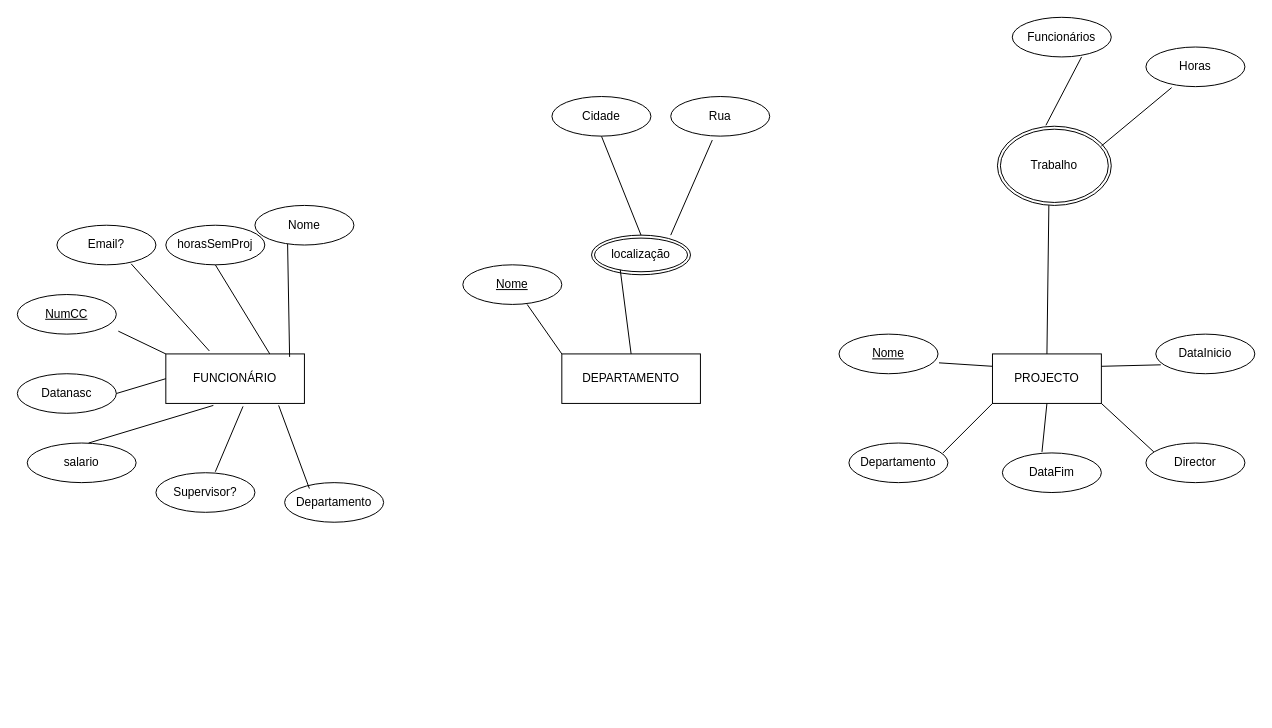
This is BD_empresa.drawio from Frederico994/Diagramas, a draw.io file, before an edit. Source tidied: cells renumbered, new cells numbered last; positions are measured from the earlier drawing's top-left corner, leaving out a move shared by most shapes. Both pictures are drawn from the tidied source at 99%, with x=0, y=0 at pixel (17, 17).
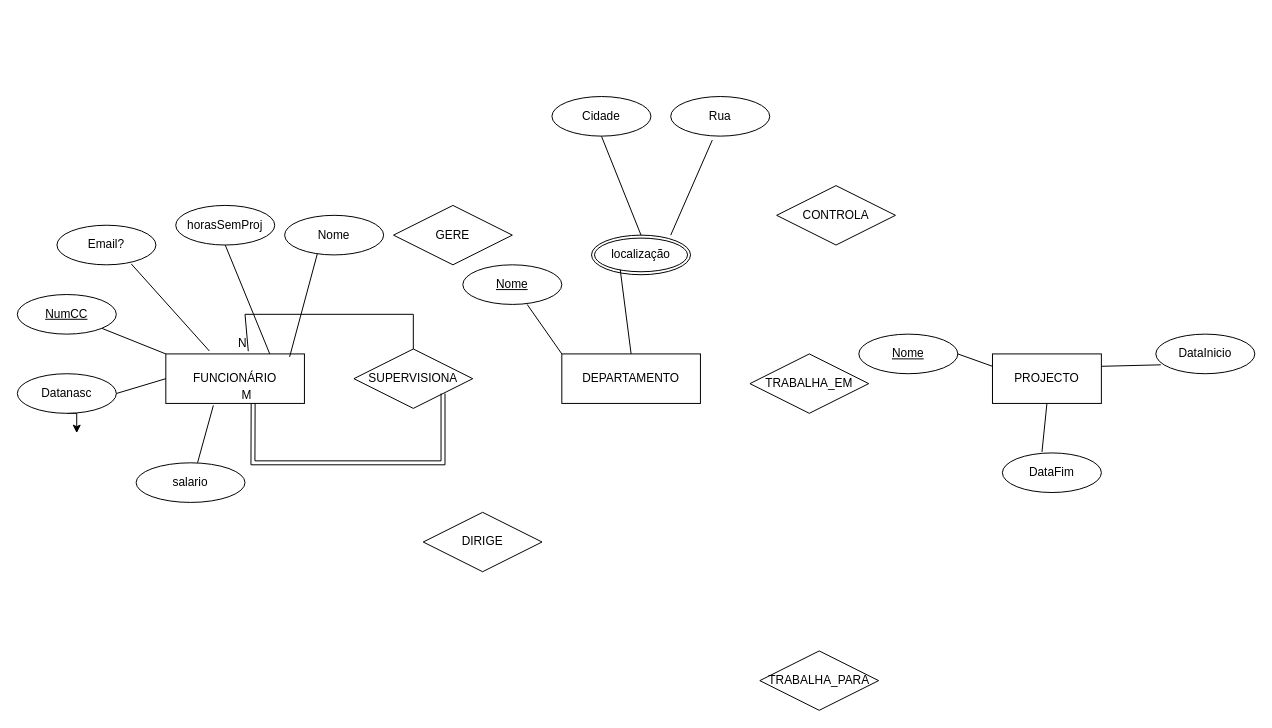
The same page after the edit.

Unchanged cells that the change refers to:
```xml
<mxCell id="3" value="PROJECTO" style="whiteSpace=wrap;html=1;align=center;" parent="1" vertex="1">
  <mxGeometry x="985" y="340" width="110" height="50" as="geometry" />
</mxCell>
<mxCell id="4" value="FUNCIONÁRIO" style="whiteSpace=wrap;html=1;align=center;" parent="1" vertex="1">
  <mxGeometry x="150" y="340" width="140" height="50" as="geometry" />
</mxCell>
<mxCell id="5" value="Datanasc" style="ellipse;whiteSpace=wrap;html=1;align=center;" parent="1" vertex="1">
  <mxGeometry y="360" width="100" height="40" as="geometry" />
</mxCell>
<mxCell id="23" value="NumCC" style="ellipse;whiteSpace=wrap;html=1;align=center;fontStyle=4;" parent="1" vertex="1">
  <mxGeometry y="280" width="100" height="40" as="geometry" />
</mxCell>
```

What changed in the source:
```diff
@@
+    <mxCell id="45" style="edgeStyle=orthogonalEdgeStyle;rounded=0;jettySize=auto;html=1;exitX=0.5;exitY=1;exitDx=0;exitDy=0;" parent="1" edge="1" source="5">
+      <mxGeometry relative="1" as="geometry">
+        <mxPoint x="60" y="420" as="targetPoint" />
+      </mxGeometry>
+    </mxCell>
@@
     <mxCell id="7" value="salario" style="ellipse;whiteSpace=wrap;html=1;align=center;" parent="1" vertex="1">
-      <mxGeometry x="10" y="430" width="110" height="40" as="geometry" />
+      <mxGeometry x="120" y="450" width="110" height="40" as="geometry" />
     </mxCell>
     <mxCell id="8" value="horasSemProj" style="ellipse;whiteSpace=wrap;html=1;align=center;" parent="1" vertex="1">
-      <mxGeometry x="150" y="210" width="100" height="40" as="geometry" />
+      <mxGeometry x="160" y="190" width="100" height="40" as="geometry" />
     </mxCell>
@@
-    <mxCell id="11" style="endArrow=none;html=1;rounded=0;exitX=1;exitY=0.5;exitDx=0;exitDy=0;entryX=0;entryY=0.5;entryDx=0;entryDy=0;" parent="1" edge="1" source="5" target="4">
+    <mxCell id="11" style="endArrow=none;html=1;rounded=0;entryX=0;entryY=0.5;entryDx=0;entryDy=0;exitX=1;exitY=0.5;exitDx=0;exitDy=0;" parent="1" edge="1" source="5" target="4">
       <mxGeometry relative="1" as="geometry" />
     </mxCell>
-    <mxCell id="12" style="endArrow=none;html=1;rounded=0;exitX=0;exitY=0;exitDx=0;exitDy=0;entryX=1.02;entryY=0.675;entryDx=0;entryDy=0;entryPerimeter=0;" parent="1" edge="1" source="4">
-      <mxGeometry relative="1" as="geometry">
-        <mxPoint x="102" y="317" as="targetPoint" />
-      </mxGeometry>
+    <mxCell id="12" style="endArrow=none;html=1;rounded=0;exitX=0;exitY=0;exitDx=0;exitDy=0;entryX=1;entryY=1;entryDx=0;entryDy=0;" parent="1" edge="1" source="4" target="23">
+      <mxGeometry relative="1" as="geometry" />
     </mxCell>
@@
-    <mxCell id="19" value="Departamento" style="ellipse;whiteSpace=wrap;html=1;align=center;" parent="1" vertex="1">
-      <mxGeometry x="270" y="470" width="100" height="40" as="geometry" />
-    </mxCell>
-    <mxCell id="20" value="Supervisor?" style="ellipse;whiteSpace=wrap;html=1;align=center;" parent="1" vertex="1">
-      <mxGeometry x="140" y="460" width="100" height="40" as="geometry" />
-    </mxCell>
-    <mxCell id="21" style="endArrow=none;html=1;rounded=0;exitX=0.6;exitY=-0.025;exitDx=0;exitDy=0;entryX=0.557;entryY=1.06;entryDx=0;entryDy=0;entryPerimeter=0;exitPerimeter=0;" parent="1" edge="1" source="20" target="4">
-      <mxGeometry relative="1" as="geometry" />
-    </mxCell>
-    <mxCell id="22" style="endArrow=none;html=1;rounded=0;exitX=0.25;exitY=0.15;exitDx=0;exitDy=0;entryX=0.814;entryY=1.04;entryDx=0;entryDy=0;entryPerimeter=0;exitPerimeter=0;" parent="1" edge="1" source="19" target="4">
-      <mxGeometry relative="1" as="geometry" />
-    </mxCell>
@@
     <mxCell id="24" value="Nome" style="ellipse;whiteSpace=wrap;html=1;align=center;" parent="1" vertex="1">
-      <mxGeometry x="240" y="190" width="100" height="40" as="geometry" />
+      <mxGeometry x="270" y="200" width="100" height="40" as="geometry" />
     </mxCell>
@@
     <mxCell id="31" value="Nome" style="ellipse;whiteSpace=wrap;html=1;align=center;fontStyle=4;direction=west;" parent="1" vertex="1">
-      <mxGeometry x="830" y="320" width="100" height="40" as="geometry" />
+      <mxGeometry x="850" y="320" width="100" height="40" as="geometry" />
     </mxCell>
-    <mxCell id="32" value="Departamento" style="ellipse;whiteSpace=wrap;html=1;align=center;" parent="1" vertex="1">
-      <mxGeometry x="840" y="430" width="100" height="40" as="geometry" />
-    </mxCell>
-    <mxCell id="33" value="Director" style="ellipse;whiteSpace=wrap;html=1;align=center;" parent="1" vertex="1">
-      <mxGeometry x="1140" y="430" width="100" height="40" as="geometry" />
-    </mxCell>
-    <mxCell id="34" style="endArrow=none;html=1;rounded=0;entryX=0;entryY=0.25;entryDx=0;entryDy=0;exitX=-0.01;exitY=0.275;exitDx=0;exitDy=0;exitPerimeter=0;" parent="1" edge="1" source="31" target="3">
+    <mxCell id="34" style="endArrow=none;html=1;rounded=0;entryX=0;entryY=0.25;entryDx=0;entryDy=0;exitX=0;exitY=0.5;exitDx=0;exitDy=0;" parent="1" edge="1" source="31" target="3">
       <mxGeometry relative="1" as="geometry" />
     </mxCell>
-    <mxCell id="35" style="endArrow=none;html=1;rounded=0;entryX=0;entryY=1;entryDx=0;entryDy=0;exitX=0.95;exitY=0.25;exitDx=0;exitDy=0;exitPerimeter=0;" parent="1" edge="1" source="32" target="3">
-      <mxGeometry relative="1" as="geometry" />
-    </mxCell>
@@
-    <mxCell id="37" style="endArrow=none;html=1;rounded=0;entryX=1;entryY=1;entryDx=0;entryDy=0;exitX=0.08;exitY=0.225;exitDx=0;exitDy=0;exitPerimeter=0;" parent="1" edge="1" source="33" target="3">
-      <mxGeometry relative="1" as="geometry" />
-    </mxCell>
@@
-    <mxCell id="39" style="endArrow=none;html=1;rounded=0;entryX=0.5;entryY=0;entryDx=0;entryDy=0;exitX=0.452;exitY=0.975;exitDx=0;exitDy=0;exitPerimeter=0;" parent="1" edge="1" source="40" target="3">
-      <mxGeometry relative="1" as="geometry" />
-    </mxCell>
-    <mxCell id="40" value="Trabalho" style="ellipse;shape=doubleEllipse;margin=3;whiteSpace=wrap;html=1;align=center;" parent="1" vertex="1">
-      <mxGeometry x="990" y="110" width="115" height="80" as="geometry" />
-    </mxCell>
-    <mxCell id="41" value="Horas" style="ellipse;whiteSpace=wrap;html=1;align=center;" parent="1" vertex="1">
-      <mxGeometry x="1140" y="30" width="100" height="40" as="geometry" />
-    </mxCell>
-    <mxCell id="42" value="Funcionários" style="ellipse;whiteSpace=wrap;html=1;align=center;" parent="1" vertex="1">
-      <mxGeometry x="1005" width="100" height="40" as="geometry" />
-    </mxCell>
-    <mxCell id="43" style="endArrow=none;html=1;rounded=0;entryX=0.26;entryY=1.025;entryDx=0;entryDy=0;entryPerimeter=0;exitX=0.913;exitY=0.25;exitDx=0;exitDy=0;exitPerimeter=0;" parent="1" edge="1" source="40" target="41">
-      <mxGeometry relative="1" as="geometry" />
-    </mxCell>
-    <mxCell id="44" style="endArrow=none;html=1;rounded=0;entryX=0.7;entryY=1;entryDx=0;entryDy=0;entryPerimeter=0;exitX=0.426;exitY=-0.012;exitDx=0;exitDy=0;exitPerimeter=0;" parent="1" edge="1" source="40" target="42">
-      <mxGeometry relative="1" as="geometry" />
-    </mxCell>
+    <mxCell id="46" value="SUPERVISIONA" style="shape=rhombus;perimeter=rhombusPerimeter;whiteSpace=wrap;html=1;align=center;" parent="1" vertex="1">
+      <mxGeometry x="340" y="335" width="120" height="60" as="geometry" />
+    </mxCell>
+    <mxCell id="47" value="TRABALHA_PARA" style="shape=rhombus;perimeter=rhombusPerimeter;whiteSpace=wrap;html=1;align=center;" parent="1" vertex="1">
+      <mxGeometry x="750" y="640" width="120" height="60" as="geometry" />
+    </mxCell>
+    <mxCell id="48" value="GERE" style="shape=rhombus;perimeter=rhombusPerimeter;whiteSpace=wrap;html=1;align=center;" parent="1" vertex="1">
+      <mxGeometry x="380" y="190" width="120" height="60" as="geometry" />
+    </mxCell>
+    <mxCell id="49" value="CONTROLA" style="shape=rhombus;perimeter=rhombusPerimeter;whiteSpace=wrap;html=1;align=center;" parent="1" vertex="1">
+      <mxGeometry x="767" y="170" width="120" height="60" as="geometry" />
+    </mxCell>
+    <mxCell id="50" value="DIRIGE" style="shape=rhombus;perimeter=rhombusPerimeter;whiteSpace=wrap;html=1;align=center;" parent="1" vertex="1">
+      <mxGeometry x="410" y="500" width="120" height="60" as="geometry" />
+    </mxCell>
+    <mxCell id="51" value="TRABALHA_EM" style="shape=rhombus;perimeter=rhombusPerimeter;whiteSpace=wrap;html=1;align=center;" parent="1" vertex="1">
+      <mxGeometry x="740" y="340" width="120" height="60" as="geometry" />
+    </mxCell>
+    <mxCell id="52" style="shape=link;html=1;rounded=0;exitX=1;exitY=1;exitDx=0;exitDy=0;entryX=0.63;entryY=0.995;entryDx=0;entryDy=0;entryPerimeter=0;" parent="1" edge="1" source="46" target="4">
+      <mxGeometry relative="1" as="geometry">
+        <Array as="points">
+          <mxPoint x="430" y="450" />
+          <mxPoint x="238" y="450" />
+        </Array>
+      </mxGeometry>
+    </mxCell>
+    <mxCell id="53" value="M" style="html=1;whiteSpace=wrap;align=right;verticalAlign=bottom;" parent="52" vertex="1">
+      <mxGeometry x="1" relative="1" as="geometry" />
+    </mxCell>
+    <mxCell id="54" style="endArrow=none;html=1;rounded=0;exitX=0.5;exitY=0;exitDx=0;exitDy=0;entryX=0.595;entryY=-0.055;entryDx=0;entryDy=0;entryPerimeter=0;" parent="1" edge="1" source="46" target="4">
+      <mxGeometry relative="1" as="geometry">
+        <Array as="points">
+          <mxPoint x="400" y="300" />
+          <mxPoint x="230" y="300" />
+        </Array>
+      </mxGeometry>
+    </mxCell>
+    <mxCell id="55" value="N" style="html=1;whiteSpace=wrap;align=right;verticalAlign=bottom;" parent="54" vertex="1">
+      <mxGeometry x="1" relative="1" as="geometry" />
+    </mxCell>
```
